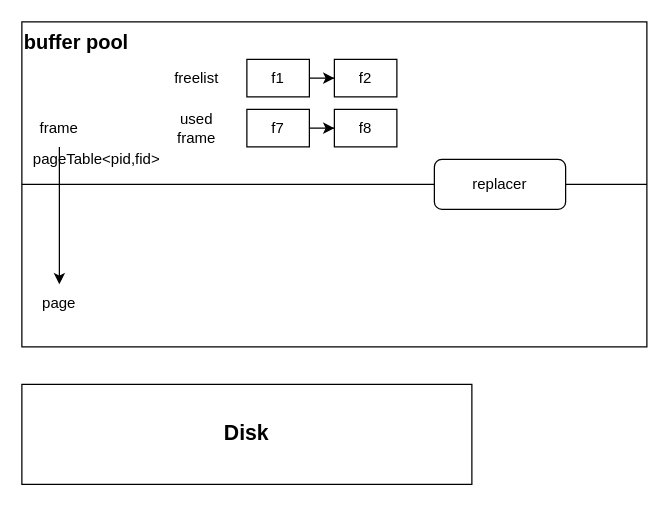
roilio/cmdb-drawio keeps this draw.io diagram as cmudb.drawio. Above is the earlier version. Source tidied: cells renumbered, new cells numbered last; positions are measured from the earlier drawing's top-left corner, leaving out a move shared by most shapes. Both pictures are drawn from the tidied source at 125%, with x=0, y=0 at pixel (21, 21).
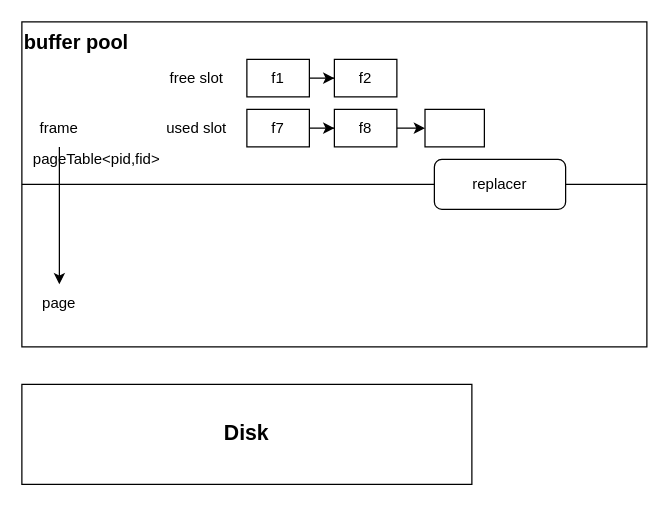
The same diagram, later.

Unchanged cells that the change refers to:
```xml
<mxCell id="9" style="group;" parent="1" vertex="1">
  <mxGeometry x="110" y="30" width="190" height="30" as="geometry" />
</mxCell>
<mxCell id="16" style="group;" parent="1" vertex="1">
  <mxGeometry x="110" y="70" width="190" height="30" as="geometry" />
</mxCell>
<mxCell id="18" value="f8" style="rounded=0;whiteSpace=wrap;html=1;" parent="16" vertex="1">
  <mxGeometry x="140" width="50" height="30" as="geometry" />
</mxCell>
```

Diff of the diagram source:
```diff
@@
-    <mxCell id="12" value="freelist" style="text;html=1;strokeColor=none;fillColor=none;align=center;verticalAlign=middle;whiteSpace=wrap;rounded=0;" parent="9" vertex="1">
+    <mxCell id="12" value="free slot" style="text;html=1;strokeColor=none;fillColor=none;align=center;verticalAlign=middle;whiteSpace=wrap;rounded=0;" parent="9" vertex="1">
       <mxGeometry width="60" height="30" as="geometry" />
     </mxCell>
@@
-    <mxCell id="19" value="used frame" style="text;html=1;strokeColor=none;fillColor=none;align=center;verticalAlign=middle;whiteSpace=wrap;rounded=0;" parent="16" vertex="1">
+    <mxCell id="19" value="used slot" style="text;html=1;strokeColor=none;fillColor=none;align=center;verticalAlign=middle;whiteSpace=wrap;rounded=0;" parent="16" vertex="1">
       <mxGeometry width="60" height="30" as="geometry" />
     </mxCell>
@@
+    <mxCell id="21" style="rounded=0;whiteSpace=wrap;html=1;" parent="1" vertex="1">
+      <mxGeometry x="322.5" y="70" width="47.5" height="30" as="geometry" />
+    </mxCell>
+    <mxCell id="22" style="edgeStyle=orthogonalEdgeStyle;rounded=0;jettySize=auto;html=1;exitX=1;exitY=0.5;exitDx=0;exitDy=0;" parent="1" edge="1" source="18" target="21">
+      <mxGeometry relative="1" as="geometry" />
+    </mxCell>
```
